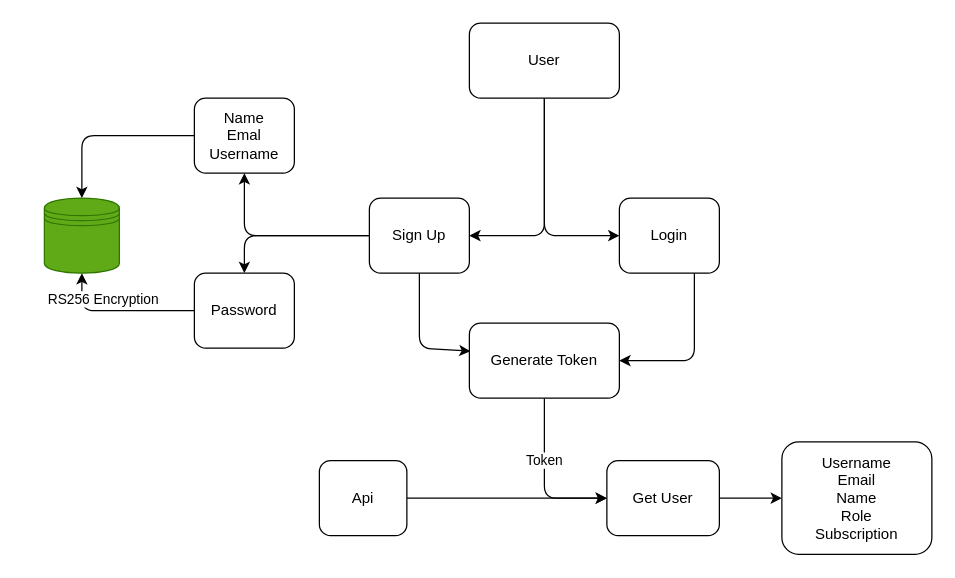
Above: design_and_requirements/authentication.drawio in Movie-Flex/movie-search (draw.io), before the change. Source tidied: cells renumbered, new cells numbered last; positions are measured from the earlier drawing's top-left corner, leaving out a move shared by most shapes. Both pictures are drawn from the tidied source at 125%, with x=0, y=0 at pixel (44, 22).
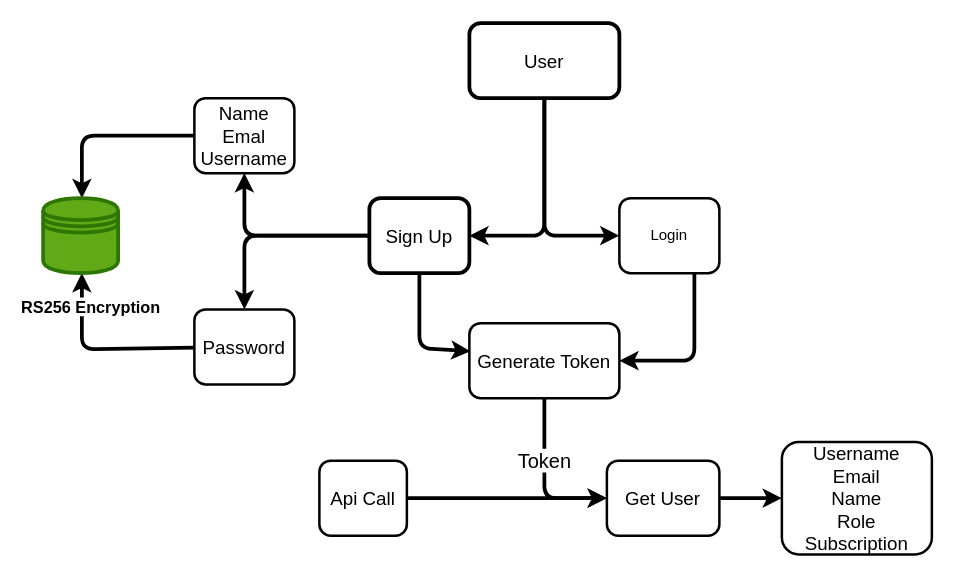
The same page after the edit.

The edit, as a diff of the source:
```diff
@@
-    <mxCell id="2" style="edgeStyle=none;html=1;" parent="1" edge="1" source="4" target="8">
+    <mxCell id="2" style="edgeStyle=none;html=1;strokeWidth=3;" parent="1" edge="1" source="4" target="8">
       <mxGeometry relative="1" as="geometry">
         <Array as="points">
           <mxPoint x="400" y="170" />
         </Array>
       </mxGeometry>
     </mxCell>
-    <mxCell id="3" style="edgeStyle=none;html=1;exitX=0.5;exitY=1;exitDx=0;exitDy=0;" parent="1" edge="1" source="4">
+    <mxCell id="3" style="edgeStyle=none;html=1;exitX=0.5;exitY=1;exitDx=0;exitDy=0;shadow=0;strokeWidth=3;" parent="1" edge="1" source="4">
       <mxGeometry relative="1" as="geometry">
         <mxPoint x="460" y="170" as="targetPoint" />
         <Array as="points">
           <mxPoint x="400" y="170" />
         </Array>
       </mxGeometry>
     </mxCell>
-    <mxCell id="4" value="User" style="rounded=1;whiteSpace=wrap;html=1;" parent="1" vertex="1">
+    <mxCell id="4" value="&lt;font style=&quot;font-size: 15px;&quot;&gt;User&lt;/font&gt;" style="rounded=1;whiteSpace=wrap;html=1;strokeWidth=3;" parent="1" vertex="1">
       <mxGeometry x="340" width="120" height="60" as="geometry" />
     </mxCell>
-    <mxCell id="5" style="edgeStyle=none;html=1;" parent="1" edge="1" source="8" target="11">
+    <mxCell id="5" style="edgeStyle=none;html=1;strokeWidth=3;" parent="1" edge="1" source="8" target="11">
       <mxGeometry relative="1" as="geometry">
         <Array as="points">
           <mxPoint x="160" y="170" />
         </Array>
       </mxGeometry>
     </mxCell>
-    <mxCell id="6" style="edgeStyle=none;html=1;" parent="1" edge="1" source="8" target="13">
+    <mxCell id="6" style="edgeStyle=none;html=1;strokeWidth=3;" parent="1" edge="1" source="8" target="13">
       <mxGeometry relative="1" as="geometry">
         <Array as="points">
           <mxPoint x="160" y="170" />
         </Array>
       </mxGeometry>
     </mxCell>
-    <mxCell id="7" style="edgeStyle=none;html=1;entryX=0.007;entryY=0.374;entryDx=0;entryDy=0;entryPerimeter=0;" parent="1" edge="1" source="8" target="16">
+    <mxCell id="7" style="edgeStyle=none;html=1;entryX=0.007;entryY=0.374;entryDx=0;entryDy=0;entryPerimeter=0;strokeWidth=3;" parent="1" edge="1" source="8" target="16">
       <mxGeometry relative="1" as="geometry">
         <Array as="points">
           <mxPoint x="300" y="260" />
         </Array>
       </mxGeometry>
     </mxCell>
-    <mxCell id="8" value="Sign Up" style="whiteSpace=wrap;html=1;rounded=1;" parent="1" vertex="1">
+    <mxCell id="8" value="&lt;font style=&quot;font-size: 15px;&quot;&gt;Sign Up&lt;/font&gt;" style="whiteSpace=wrap;html=1;rounded=1;strokeWidth=3;" parent="1" vertex="1">
       <mxGeometry x="260" y="140" width="80" height="60" as="geometry" />
     </mxCell>
-    <mxCell id="9" style="edgeStyle=none;html=1;entryX=1;entryY=0.5;entryDx=0;entryDy=0;" parent="1" edge="1" target="16">
+    <mxCell id="9" style="edgeStyle=none;html=1;entryX=1;entryY=0.5;entryDx=0;entryDy=0;strokeWidth=3;" parent="1" edge="1" target="16">
       <mxGeometry relative="1" as="geometry">
         <mxPoint x="520" y="200" as="sourcePoint" />
         <Array as="points">
           <mxPoint x="520" y="270" />
         </Array>
       </mxGeometry>
     </mxCell>
-    <mxCell id="10" style="edgeStyle=none;html=1;entryX=0.5;entryY=0;entryDx=0;entryDy=0;" parent="1" edge="1" source="11" target="14">
+    <mxCell id="10" style="edgeStyle=none;html=1;entryX=0.5;entryY=0;entryDx=0;entryDy=0;strokeWidth=3;" parent="1" edge="1" source="11">
       <mxGeometry relative="1" as="geometry">
+        <mxPoint x="30" y="140" as="targetPoint" />
         <Array as="points">
           <mxPoint x="30" y="90" />
         </Array>
       </mxGeometry>
     </mxCell>
-    <mxCell id="11" value="Name&lt;br&gt;Emal&lt;br&gt;Username" style="whiteSpace=wrap;html=1;rounded=1;" parent="1" vertex="1">
+    <mxCell id="11" value="&lt;font style=&quot;font-size: 15px;&quot;&gt;Name&lt;br&gt;Emal&lt;br&gt;Username&lt;/font&gt;" style="whiteSpace=wrap;html=1;rounded=1;strokeWidth=2;" parent="1" vertex="1">
       <mxGeometry x="120" y="60" width="80" height="60" as="geometry" />
     </mxCell>
-    <mxCell id="12" value="RS256 Encryption" style="edgeStyle=none;html=1;entryX=0.5;entryY=1;entryDx=0;entryDy=0;" parent="1" edge="1" source="13" target="14">
-      <mxGeometry x="0.22" y="-9" relative="1" as="geometry">
+    <mxCell id="12" value="&lt;b&gt;&lt;font style=&quot;font-size: 13px;&quot;&gt;RS256 Encryption&lt;/font&gt;&lt;/b&gt;" style="edgeStyle=none;html=1;entryX=0.5;entryY=1;entryDx=0;entryDy=0;strokeWidth=3;" parent="1" edge="1" source="13">
+      <mxGeometry x="0.64" y="-7" relative="1" as="geometry">
+        <mxPoint x="30" y="200" as="targetPoint" />
         <Array as="points">
-          <mxPoint x="30" y="230" />
+          <mxPoint x="30" y="261" />
         </Array>
       </mxGeometry>
     </mxCell>
-    <mxCell id="13" value="Password" style="whiteSpace=wrap;html=1;rounded=1;" parent="1" vertex="1">
-      <mxGeometry x="120" y="200" width="80" height="60" as="geometry" />
+    <mxCell id="13" value="&lt;font style=&quot;font-size: 15px;&quot;&gt;Password&lt;/font&gt;" style="whiteSpace=wrap;html=1;rounded=1;strokeWidth=2;" parent="1" vertex="1">
+      <mxGeometry x="120" y="229" width="80" height="60" as="geometry" />
     </mxCell>
-    <mxCell id="14" style="shape=datastore;whiteSpace=wrap;html=1;fillColor=#60a917;fontColor=#ffffff;strokeColor=#2D7600;" parent="1" vertex="1">
-      <mxGeometry y="140" width="60" height="60" as="geometry" />
+    <mxCell id="14" style="shape=datastore;whiteSpace=wrap;html=1;fillColor=#60a917;fontColor=#ffffff;strokeColor=#2D7600;strokeWidth=3;" parent="1" vertex="1">
+      <mxGeometry x="-1" y="140" width="60" height="60" as="geometry" />
     </mxCell>
-    <mxCell id="15" value="Token" style="edgeStyle=none;html=1;" parent="1" edge="1" source="16" target="22">
+    <mxCell id="15" value="&lt;font style=&quot;font-size: 16px;&quot;&gt;Token&lt;/font&gt;" style="edgeStyle=none;html=1;strokeWidth=3;" parent="1" edge="1" source="16" target="22">
       <mxGeometry x="-0.23" relative="1" as="geometry">
         <Array as="points">
           <mxPoint x="400" y="380" />
         </Array>
       </mxGeometry>
     </mxCell>
-    <mxCell id="16" value="Generate Token" style="rounded=1;whiteSpace=wrap;html=1;" parent="1" vertex="1">
+    <mxCell id="16" value="&lt;font style=&quot;font-size: 15px;&quot;&gt;Generate Token&lt;/font&gt;" style="rounded=1;whiteSpace=wrap;html=1;strokeWidth=2;" parent="1" vertex="1">
       <mxGeometry x="340" y="240" width="120" height="60" as="geometry" />
     </mxCell>
-    <mxCell id="17" value="Login" style="rounded=1;whiteSpace=wrap;html=1;" parent="1" vertex="1">
+    <mxCell id="17" value="Login" style="rounded=1;whiteSpace=wrap;html=1;strokeWidth=2;" parent="1" vertex="1">
       <mxGeometry x="460" y="140" width="80" height="60" as="geometry" />
     </mxCell>
@@
-    <mxCell id="19" style="edgeStyle=none;html=1;exitX=1;exitY=0.5;exitDx=0;exitDy=0;entryX=0;entryY=0.5;entryDx=0;entryDy=0;" parent="1" edge="1" source="20" target="22">
+    <mxCell id="19" style="edgeStyle=none;html=1;exitX=1;exitY=0.5;exitDx=0;exitDy=0;entryX=0;entryY=0.5;entryDx=0;entryDy=0;strokeWidth=3;" parent="1" edge="1" source="20" target="22">
       <mxGeometry relative="1" as="geometry" />
     </mxCell>
-    <mxCell id="20" value="Api" style="rounded=1;whiteSpace=wrap;html=1;" parent="1" vertex="1">
+    <mxCell id="20" value="&lt;font style=&quot;font-size: 15px;&quot;&gt;Api Call&lt;/font&gt;" style="rounded=1;whiteSpace=wrap;html=1;strokeWidth=2;" parent="1" vertex="1">
       <mxGeometry x="220" y="350" width="70" height="60" as="geometry" />
     </mxCell>
-    <mxCell id="21" style="edgeStyle=none;html=1;" parent="1" edge="1" source="22" target="23">
+    <mxCell id="21" style="edgeStyle=none;html=1;strokeWidth=3;" parent="1" edge="1" source="22" target="23">
       <mxGeometry relative="1" as="geometry" />
     </mxCell>
-    <mxCell id="22" value="Get User" style="rounded=1;whiteSpace=wrap;html=1;" parent="1" vertex="1">
+    <mxCell id="22" value="&lt;font style=&quot;font-size: 15px;&quot;&gt;Get User&lt;/font&gt;" style="rounded=1;whiteSpace=wrap;html=1;strokeWidth=2;" parent="1" vertex="1">
       <mxGeometry x="450" y="350" width="90" height="60" as="geometry" />
     </mxCell>
-    <mxCell id="23" value="Username&lt;br&gt;Email&lt;br&gt;Name&lt;br&gt;Role&lt;br&gt;Subscription&lt;br&gt;" style="rounded=1;whiteSpace=wrap;html=1;" parent="1" vertex="1">
+    <mxCell id="23" value="&lt;font style=&quot;font-size: 15px;&quot;&gt;Username&lt;br&gt;Email&lt;br&gt;Name&lt;br&gt;Role&lt;br&gt;Subscription&lt;/font&gt;" style="rounded=1;whiteSpace=wrap;html=1;strokeWidth=2;" parent="1" vertex="1">
       <mxGeometry x="590" y="335" width="120" height="90" as="geometry" />
     </mxCell>
```
